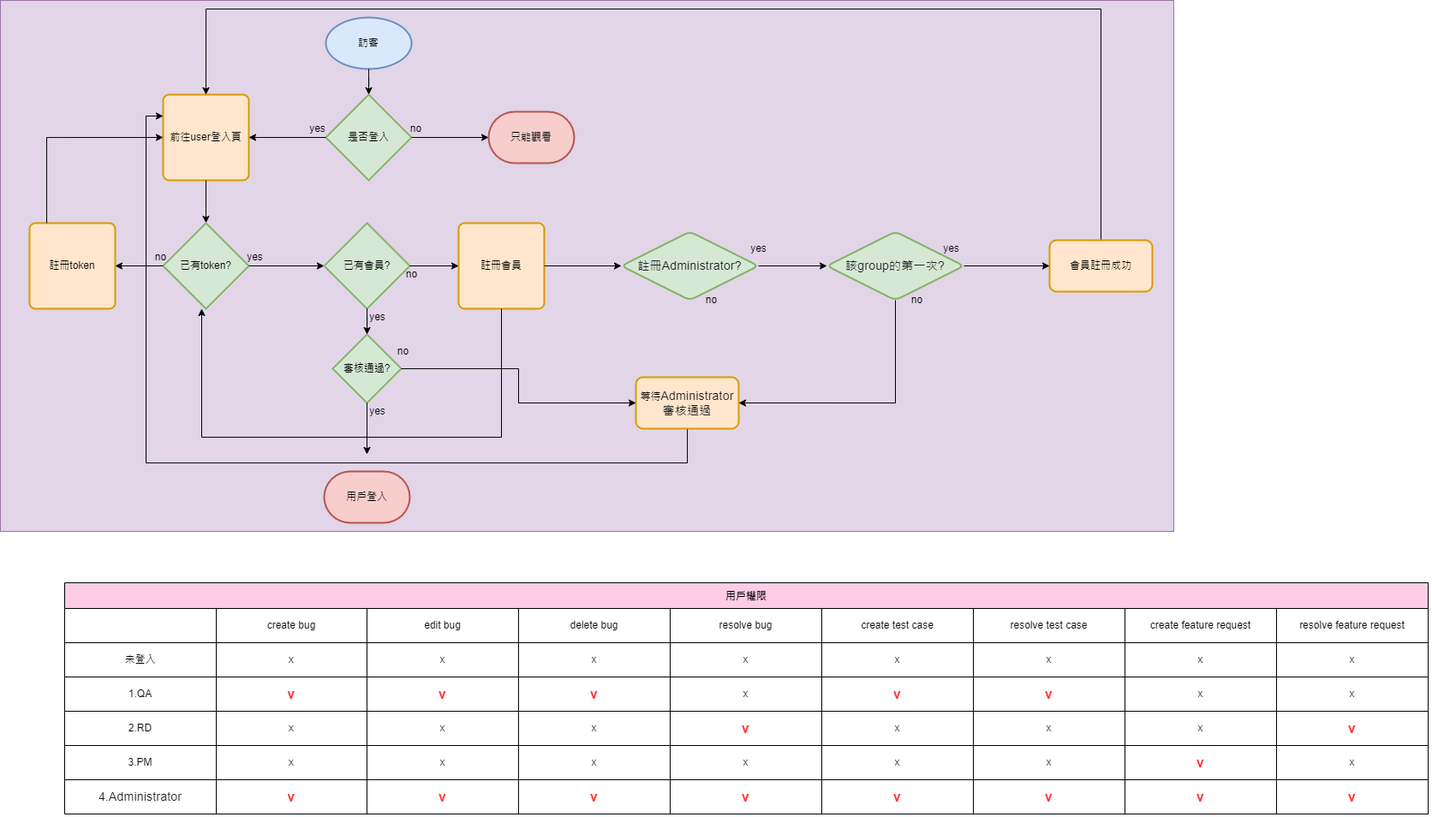
The draw.io diagram images/UI flowchart.drawio.png in LIOU2021/interviewTest01, before a commit. Source tidied: cells renumbered, new cells last; positions are measured from the earlier drawing's top-left corner, leaving out a move shared by most shapes.
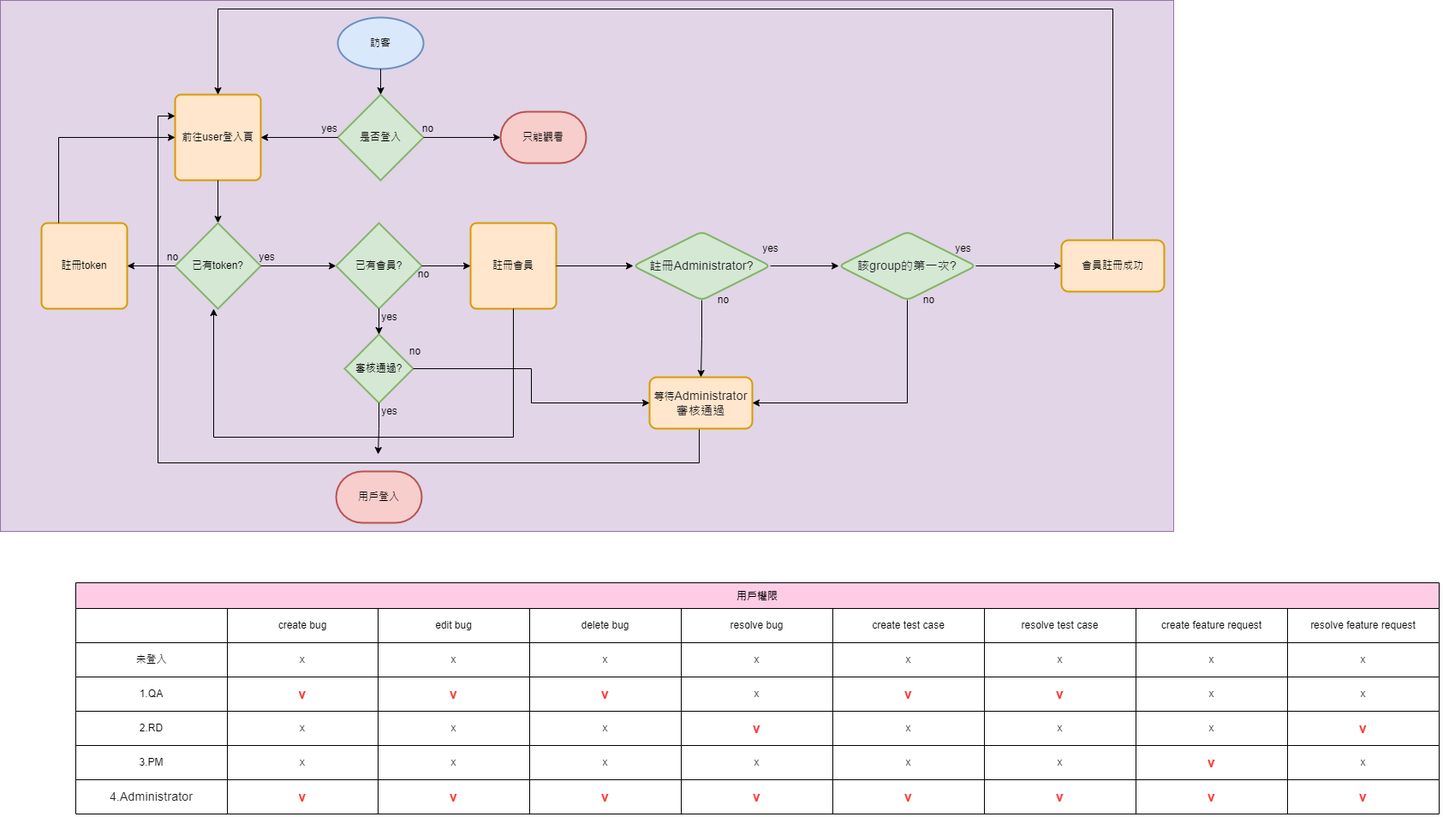
After the change.

Commit message:
增加Group的relationship跟UI圖片更新

Diff of the diagram source:
```diff
@@ -191,7 +191,7 @@
       </mxGeometry>
     </mxCell>
     <mxCell id="64" style="group;" parent="1" vertex="1">
-      <mxGeometry x="25" width="1350" height="620" as="geometry" />
+      <mxGeometry x="26" width="1350" height="620" as="geometry" />
     </mxCell>
     <mxCell id="65" style="group;" parent="64" vertex="1">
       <mxGeometry width="1350" height="620" as="geometry" />
@@ -203,7 +203,7 @@
       <mxGeometry width="1350" height="620" as="geometry" />
     </mxCell>
     <mxCell id="68" style="rounded=0;whiteSpace=wrap;html=1;fontSize=16;strokeColor=#9673a6;strokeWidth=1;fillColor=#e1d5e7;" parent="67" vertex="1">
-      <mxGeometry x="-25" width="1370" height="620" as="geometry" />
+      <mxGeometry x="-39" width="1370" height="620" as="geometry" />
     </mxCell>
     <mxCell id="69" style="group;" parent="67" vertex="1">
       <mxGeometry x="9" y="20" width="636" height="470" as="geometry" />
@@ -359,11 +359,14 @@
       </mxGeometry>
     </mxCell>
     <mxCell id="113" value="&lt;span&gt;等待&lt;/span&gt;&lt;span style=&quot;color: rgb(32 , 33 , 36) ; font-family: &amp;#34;roboto&amp;#34; , &amp;#34;arial&amp;#34; , sans-serif ; font-size: 14px ; letter-spacing: 0.2px ; text-align: left&quot;&gt;Administrator審核通過&lt;/span&gt;" style="whiteSpace=wrap;html=1;fillColor=#ffe6cc;strokeColor=#d79b00;rounded=1;arcSize=14;strokeWidth=2;" parent="66" vertex="1">
-      <mxGeometry x="717" y="440" width="120" height="60" as="geometry" />
+      <mxGeometry x="719" y="440" width="120" height="60" as="geometry" />
     </mxCell>
     <mxCell id="114" style="edgeStyle=orthogonalEdgeStyle;rounded=0;jettySize=auto;html=1;entryX=0;entryY=0.5;entryDx=0;entryDy=0;" parent="66" edge="1" source="104" target="113">
       <mxGeometry relative="1" as="geometry" />
     </mxCell>
+    <mxCell id="124" style="edgeStyle=orthogonalEdgeStyle;rounded=0;jettySize=auto;html=1;entryX=0.5;entryY=0;entryDx=0;entryDy=0;" parent="66" edge="1" source="109" target="113">
+      <mxGeometry relative="1" as="geometry" />
+    </mxCell>
     <mxCell id="115" style="edgeStyle=orthogonalEdgeStyle;rounded=0;jettySize=auto;html=1;entryX=1;entryY=0.5;entryDx=0;entryDy=0;" parent="65" edge="1" source="116" target="113">
       <mxGeometry relative="1" as="geometry">
         <Array as="points">
```
